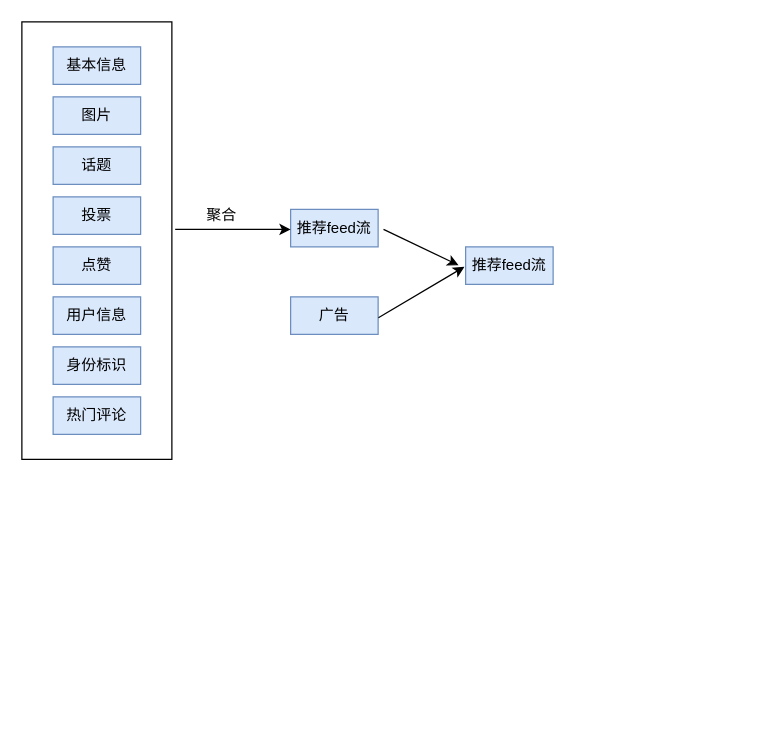
Before: arch/feed/arch.drawio in zhangchuhu/drawio, a draw.io diagram. Source tidied: cells renumbered, new cells numbered last; positions are measured from the earlier drawing's top-left corner, leaving out a move shared by most shapes. Both pictures are drawn from the tidied source at 125%, with x=0, y=0 at pixel (21, 21).
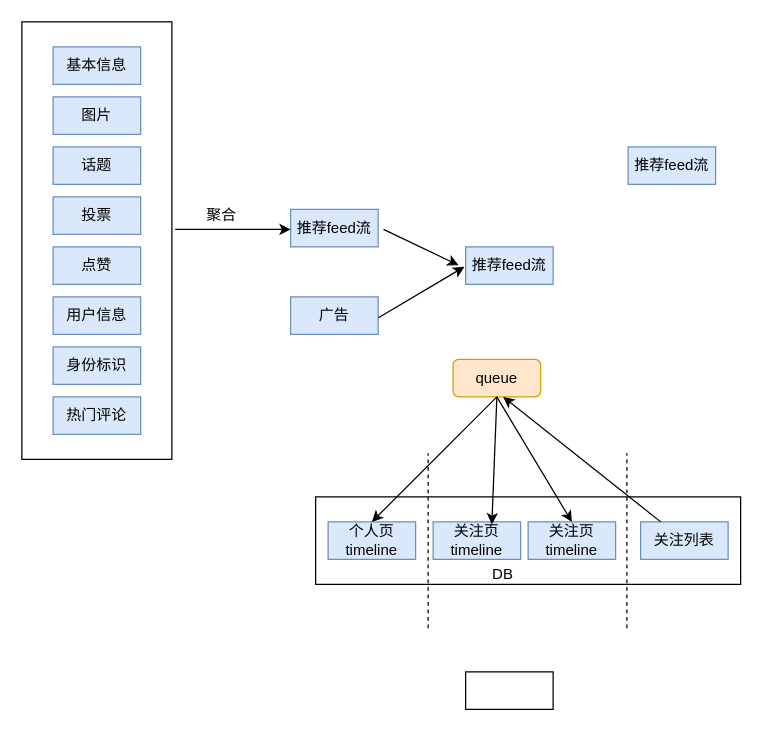
The same page after the edit.

What changed in the source:
```diff
@@
+    <mxCell id="18" value="推荐feed流" style="rounded=0;whiteSpace=wrap;html=1;fillColor=#dae8fc;strokeColor=#6c8ebf;" parent="1" vertex="1">
+      <mxGeometry x="485" y="100" width="70" height="30" as="geometry" />
+    </mxCell>
+    <mxCell id="19" style="rounded=0;whiteSpace=wrap;html=1;" parent="1" vertex="1">
+      <mxGeometry x="235" y="380" width="340" height="70" as="geometry" />
+    </mxCell>
+    <mxCell id="20" style="endArrow=none;dashed=1;html=1;" parent="1" edge="1">
+      <mxGeometry relative="1" as="geometry">
+        <mxPoint x="325" y="485" as="sourcePoint" />
+        <mxPoint x="325" y="345" as="targetPoint" />
+      </mxGeometry>
+    </mxCell>
+    <mxCell id="21" value="个人页timeline" style="rounded=0;whiteSpace=wrap;html=1;fillColor=#dae8fc;strokeColor=#6c8ebf;" parent="1" vertex="1">
+      <mxGeometry x="245" y="400" width="70" height="30" as="geometry" />
+    </mxCell>
+    <mxCell id="22" value="关注页timeline" style="rounded=0;whiteSpace=wrap;html=1;fillColor=#dae8fc;strokeColor=#6c8ebf;" parent="1" vertex="1">
+      <mxGeometry x="329" y="400" width="70" height="30" as="geometry" />
+    </mxCell>
+    <mxCell id="23" value="关注页timeline" style="rounded=0;whiteSpace=wrap;html=1;fillColor=#dae8fc;strokeColor=#6c8ebf;" parent="1" vertex="1">
+      <mxGeometry x="405" y="400" width="70" height="30" as="geometry" />
+    </mxCell>
+    <mxCell id="24" value="关注列表" style="rounded=0;whiteSpace=wrap;html=1;fillColor=#dae8fc;strokeColor=#6c8ebf;" parent="1" vertex="1">
+      <mxGeometry x="495" y="400" width="70" height="30" as="geometry" />
+    </mxCell>
+    <mxCell id="25" style="endArrow=none;dashed=1;html=1;" parent="1" edge="1">
+      <mxGeometry relative="1" as="geometry">
+        <mxPoint x="484" y="485" as="sourcePoint" />
+        <mxPoint x="484" y="345" as="targetPoint" />
+      </mxGeometry>
+    </mxCell>
+    <mxCell id="26" value="queue" style="rounded=1;whiteSpace=wrap;html=1;fillColor=#ffe6cc;strokeColor=#d79b00;" parent="1" vertex="1">
+      <mxGeometry x="345" y="270" width="70" height="30" as="geometry" />
+    </mxCell>
+    <mxCell id="27" style="endArrow=classic;html=1;exitX=0.5;exitY=1;exitDx=0;exitDy=0;entryX=0.5;entryY=0;entryDx=0;entryDy=0;" parent="1" edge="1" source="26" target="21">
+      <mxGeometry relative="1" as="geometry" />
+    </mxCell>
+    <mxCell id="28" style="endArrow=classic;html=1;exitX=0.5;exitY=1;exitDx=0;exitDy=0;entryX=0.671;entryY=0.067;entryDx=0;entryDy=0;entryPerimeter=0;" parent="1" edge="1" source="26" target="22">
+      <mxGeometry relative="1" as="geometry" />
+    </mxCell>
+    <mxCell id="29" style="endArrow=classic;html=1;exitX=0.5;exitY=1;exitDx=0;exitDy=0;entryX=0.5;entryY=0;entryDx=0;entryDy=0;" parent="1" edge="1" source="26" target="23">
+      <mxGeometry relative="1" as="geometry" />
+    </mxCell>
+    <mxCell id="30" style="endArrow=classic;html=1;" parent="1" edge="1" source="24">
+      <mxGeometry relative="1" as="geometry">
+        <mxPoint x="385" y="300" as="targetPoint" />
+      </mxGeometry>
+    </mxCell>
+    <mxCell id="31" value="DB" style="text;html=1;strokeColor=none;fillColor=none;align=center;verticalAlign=middle;whiteSpace=wrap;rounded=0;" parent="1" vertex="1">
+      <mxGeometry x="365" y="432" width="40" height="20" as="geometry" />
+    </mxCell>
+    <mxCell id="32" style="rounded=0;whiteSpace=wrap;html=1;" parent="1" vertex="1">
+      <mxGeometry x="355" y="520" width="70" height="30" as="geometry" />
+    </mxCell>
```
